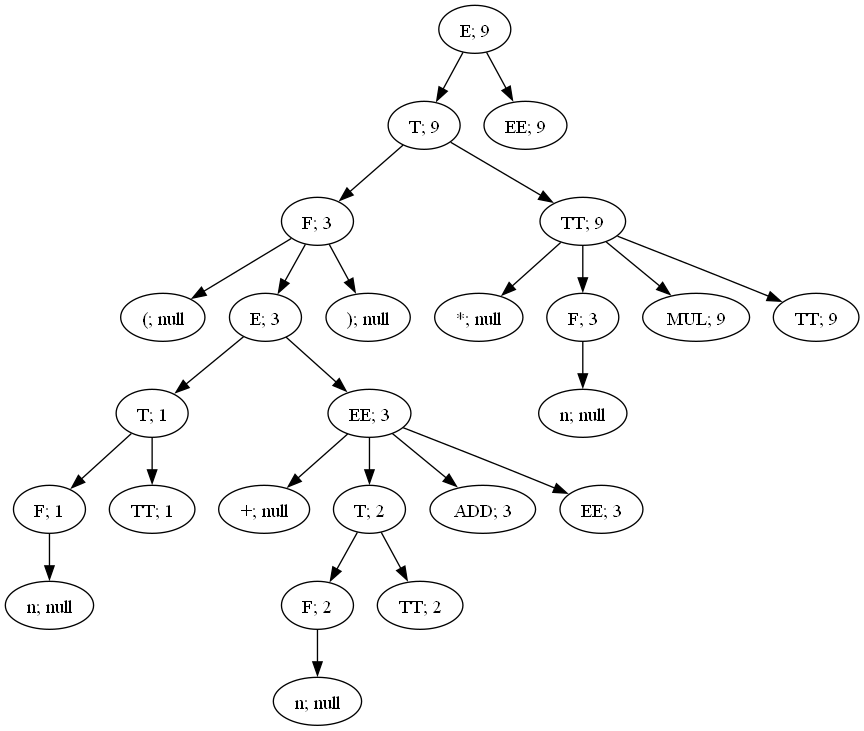
Ultimatereo/MT keeps this Graphviz diagram as lab4/graphA2.png. Above is the earlier version. Its source is kept beside it as lab4/graphA2.dot.
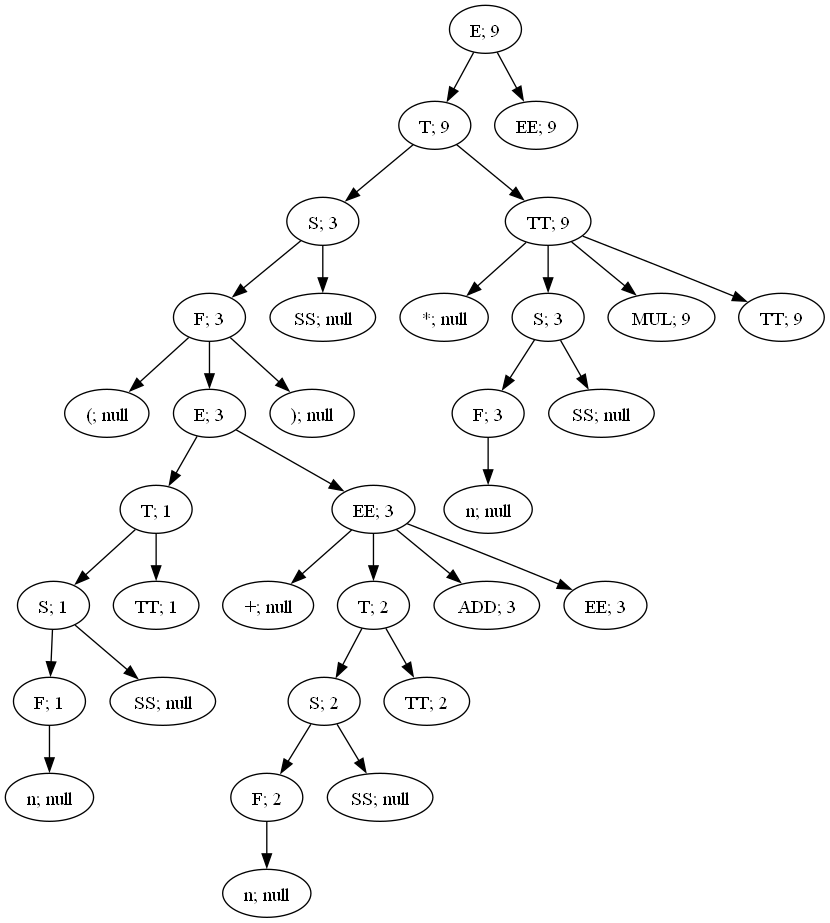
Above is the later version.

What changed in the source:
```diff
@@ -1,75 +1,99 @@
 digraph ParserResult {
-"NonTerminal[name=E]_42" [label="E; 9"]
-"NonTerminal[name=T]_40" [label="T; 9"]
-"NonTerminal[name=E]_42"->"NonTerminal[name=T]_40";
-"NonTerminal[name=T]_40" [label="T; 9"]
-"NonTerminal[name=F]_33" [label="F; 3"]
-"NonTerminal[name=T]_40"->"NonTerminal[name=F]_33";
-"NonTerminal[name=F]_33" [label="F; 3"]
-"Token{name='(', value='('}_18" [label="(; null"]
-"NonTerminal[name=F]_33"->"Token{name='(', value='('}_18";
-"Token{name='(', value='('}_18" [label="(; null"]
-"NonTerminal[name=E]_31" [label="E; 3"]
-"NonTerminal[name=F]_33"->"NonTerminal[name=E]_31";
-"NonTerminal[name=E]_31" [label="E; 3"]
-"NonTerminal[name=T]_22" [label="T; 1"]
-"NonTerminal[name=E]_31"->"NonTerminal[name=T]_22";
-"NonTerminal[name=T]_22" [label="T; 1"]
-"NonTerminal[name=F]_20" [label="F; 1"]
-"NonTerminal[name=T]_22"->"NonTerminal[name=F]_20";
-"NonTerminal[name=F]_20" [label="F; 1"]
-"Token{name='n', value='1'}_19" [label="n; null"]
-"NonTerminal[name=F]_20"->"Token{name='n', value='1'}_19";
-"Token{name='n', value='1'}_19" [label="n; null"]
-"NonTerminal[name=TT]_21" [label="TT; 1"]
-"NonTerminal[name=T]_22"->"NonTerminal[name=TT]_21";
-"NonTerminal[name=TT]_21" [label="TT; 1"]
-"NonTerminal[name=EE]_30" [label="EE; 3"]
-"NonTerminal[name=E]_31"->"NonTerminal[name=EE]_30";
-"NonTerminal[name=EE]_30" [label="EE; 3"]
-"Token{name='+', value='+'}_23" [label="+; null"]
-"NonTerminal[name=EE]_30"->"Token{name='+', value='+'}_23";
-"Token{name='+', value='+'}_23" [label="+; null"]
-"NonTerminal[name=T]_27" [label="T; 2"]
-"NonTerminal[name=EE]_30"->"NonTerminal[name=T]_27";
-"NonTerminal[name=T]_27" [label="T; 2"]
-"NonTerminal[name=F]_25" [label="F; 2"]
-"NonTerminal[name=T]_27"->"NonTerminal[name=F]_25";
-"NonTerminal[name=F]_25" [label="F; 2"]
-"Token{name='n', value='2'}_24" [label="n; null"]
-"NonTerminal[name=F]_25"->"Token{name='n', value='2'}_24";
-"Token{name='n', value='2'}_24" [label="n; null"]
-"NonTerminal[name=TT]_26" [label="TT; 2"]
-"NonTerminal[name=T]_27"->"NonTerminal[name=TT]_26";
-"NonTerminal[name=TT]_26" [label="TT; 2"]
-"NonTerminal[name=ADD]_28" [label="ADD; 3"]
-"NonTerminal[name=EE]_30"->"NonTerminal[name=ADD]_28";
-"NonTerminal[name=ADD]_28" [label="ADD; 3"]
-"NonTerminal[name=EE]_29" [label="EE; 3"]
-"NonTerminal[name=EE]_30"->"NonTerminal[name=EE]_29";
-"NonTerminal[name=EE]_29" [label="EE; 3"]
-"Token{name=')', value=')'}_32" [label="); null"]
-"NonTerminal[name=F]_33"->"Token{name=')', value=')'}_32";
-"Token{name=')', value=')'}_32" [label="); null"]
-"NonTerminal[name=TT]_39" [label="TT; 9"]
-"NonTerminal[name=T]_40"->"NonTerminal[name=TT]_39";
-"NonTerminal[name=TT]_39" [label="TT; 9"]
-"Token{name='*', value='*'}_34" [label="*; null"]
-"NonTerminal[name=TT]_39"->"Token{name='*', value='*'}_34";
-"Token{name='*', value='*'}_34" [label="*; null"]
-"NonTerminal[name=F]_36" [label="F; 3"]
-"NonTerminal[name=TT]_39"->"NonTerminal[name=F]_36";
-"NonTerminal[name=F]_36" [label="F; 3"]
-"Token{name='n', value='3'}_35" [label="n; null"]
-"NonTerminal[name=F]_36"->"Token{name='n', value='3'}_35";
-"Token{name='n', value='3'}_35" [label="n; null"]
-"NonTerminal[name=MUL]_37" [label="MUL; 9"]
-"NonTerminal[name=TT]_39"->"NonTerminal[name=MUL]_37";
-"NonTerminal[name=MUL]_37" [label="MUL; 9"]
-"NonTerminal[name=TT]_38" [label="TT; 9"]
-"NonTerminal[name=TT]_39"->"NonTerminal[name=TT]_38";
-"NonTerminal[name=TT]_38" [label="TT; 9"]
-"NonTerminal[name=EE]_41" [label="EE; 9"]
-"NonTerminal[name=E]_42"->"NonTerminal[name=EE]_41";
-"NonTerminal[name=EE]_41" [label="EE; 9"]
+"NonTerminal[name=E]_56" [label="E; 9"]
+"NonTerminal[name=T]_54" [label="T; 9"]
+"NonTerminal[name=E]_56"->"NonTerminal[name=T]_54";
+"NonTerminal[name=T]_54" [label="T; 9"]
+"NonTerminal[name=S]_45" [label="S; 3"]
+"NonTerminal[name=T]_54"->"NonTerminal[name=S]_45";
+"NonTerminal[name=S]_45" [label="S; 3"]
+"NonTerminal[name=F]_43" [label="F; 3"]
+"NonTerminal[name=S]_45"->"NonTerminal[name=F]_43";
+"NonTerminal[name=F]_43" [label="F; 3"]
+"Token{name='(', value='('}_24" [label="(; null"]
+"NonTerminal[name=F]_43"->"Token{name='(', value='('}_24";
+"Token{name='(', value='('}_24" [label="(; null"]
+"NonTerminal[name=E]_41" [label="E; 3"]
+"NonTerminal[name=F]_43"->"NonTerminal[name=E]_41";
+"NonTerminal[name=E]_41" [label="E; 3"]
+"NonTerminal[name=T]_30" [label="T; 1"]
+"NonTerminal[name=E]_41"->"NonTerminal[name=T]_30";
+"NonTerminal[name=T]_30" [label="T; 1"]
+"NonTerminal[name=S]_28" [label="S; 1"]
+"NonTerminal[name=T]_30"->"NonTerminal[name=S]_28";
+"NonTerminal[name=S]_28" [label="S; 1"]
+"NonTerminal[name=F]_26" [label="F; 1"]
+"NonTerminal[name=S]_28"->"NonTerminal[name=F]_26";
+"NonTerminal[name=F]_26" [label="F; 1"]
+"Token{name='n', value='1'}_25" [label="n; null"]
+"NonTerminal[name=F]_26"->"Token{name='n', value='1'}_25";
+"Token{name='n', value='1'}_25" [label="n; null"]
+"NonTerminal[name=SS]_27" [label="SS; null"]
+"NonTerminal[name=S]_28"->"NonTerminal[name=SS]_27";
+"NonTerminal[name=SS]_27" [label="SS; null"]
+"NonTerminal[name=TT]_29" [label="TT; 1"]
+"NonTerminal[name=T]_30"->"NonTerminal[name=TT]_29";
+"NonTerminal[name=TT]_29" [label="TT; 1"]
+"NonTerminal[name=EE]_40" [label="EE; 3"]
+"NonTerminal[name=E]_41"->"NonTerminal[name=EE]_40";
+"NonTerminal[name=EE]_40" [label="EE; 3"]
+"Token{name='+', value='+'}_31" [label="+; null"]
+"NonTerminal[name=EE]_40"->"Token{name='+', value='+'}_31";
+"Token{name='+', value='+'}_31" [label="+; null"]
+"NonTerminal[name=T]_37" [label="T; 2"]
+"NonTerminal[name=EE]_40"->"NonTerminal[name=T]_37";
+"NonTerminal[name=T]_37" [label="T; 2"]
+"NonTerminal[name=S]_35" [label="S; 2"]
+"NonTerminal[name=T]_37"->"NonTerminal[name=S]_35";
+"NonTerminal[name=S]_35" [label="S; 2"]
+"NonTerminal[name=F]_33" [label="F; 2"]
+"NonTerminal[name=S]_35"->"NonTerminal[name=F]_33";
+"NonTerminal[name=F]_33" [label="F; 2"]
+"Token{name='n', value='2'}_32" [label="n; null"]
+"NonTerminal[name=F]_33"->"Token{name='n', value='2'}_32";
+"Token{name='n', value='2'}_32" [label="n; null"]
+"NonTerminal[name=SS]_34" [label="SS; null"]
+"NonTerminal[name=S]_35"->"NonTerminal[name=SS]_34";
+"NonTerminal[name=SS]_34" [label="SS; null"]
+"NonTerminal[name=TT]_36" [label="TT; 2"]
+"NonTerminal[name=T]_37"->"NonTerminal[name=TT]_36";
+"NonTerminal[name=TT]_36" [label="TT; 2"]
+"NonTerminal[name=ADD]_38" [label="ADD; 3"]
+"NonTerminal[name=EE]_40"->"NonTerminal[name=ADD]_38";
+"NonTerminal[name=ADD]_38" [label="ADD; 3"]
+"NonTerminal[name=EE]_39" [label="EE; 3"]
+"NonTerminal[name=EE]_40"->"NonTerminal[name=EE]_39";
+"NonTerminal[name=EE]_39" [label="EE; 3"]
+"Token{name=')', value=')'}_42" [label="); null"]
+"NonTerminal[name=F]_43"->"Token{name=')', value=')'}_42";
+"Token{name=')', value=')'}_42" [label="); null"]
+"NonTerminal[name=SS]_44" [label="SS; null"]
+"NonTerminal[name=S]_45"->"NonTerminal[name=SS]_44";
+"NonTerminal[name=SS]_44" [label="SS; null"]
+"NonTerminal[name=TT]_53" [label="TT; 9"]
+"NonTerminal[name=T]_54"->"NonTerminal[name=TT]_53";
+"NonTerminal[name=TT]_53" [label="TT; 9"]
+"Token{name='*', value='*'}_46" [label="*; null"]
+"NonTerminal[name=TT]_53"->"Token{name='*', value='*'}_46";
+"Token{name='*', value='*'}_46" [label="*; null"]
+"NonTerminal[name=S]_50" [label="S; 3"]
+"NonTerminal[name=TT]_53"->"NonTerminal[name=S]_50";
+"NonTerminal[name=S]_50" [label="S; 3"]
+"NonTerminal[name=F]_48" [label="F; 3"]
+"NonTerminal[name=S]_50"->"NonTerminal[name=F]_48";
+"NonTerminal[name=F]_48" [label="F; 3"]
+"Token{name='n', value='3'}_47" [label="n; null"]
+"NonTerminal[name=F]_48"->"Token{name='n', value='3'}_47";
+"Token{name='n', value='3'}_47" [label="n; null"]
+"NonTerminal[name=SS]_49" [label="SS; null"]
+"NonTerminal[name=S]_50"->"NonTerminal[name=SS]_49";
+"NonTerminal[name=SS]_49" [label="SS; null"]
+"NonTerminal[name=MUL]_51" [label="MUL; 9"]
+"NonTerminal[name=TT]_53"->"NonTerminal[name=MUL]_51";
+"NonTerminal[name=MUL]_51" [label="MUL; 9"]
+"NonTerminal[name=TT]_52" [label="TT; 9"]
+"NonTerminal[name=TT]_53"->"NonTerminal[name=TT]_52";
+"NonTerminal[name=TT]_52" [label="TT; 9"]
+"NonTerminal[name=EE]_55" [label="EE; 9"]
+"NonTerminal[name=E]_56"->"NonTerminal[name=EE]_55";
+"NonTerminal[name=EE]_55" [label="EE; 9"]
 }
```
